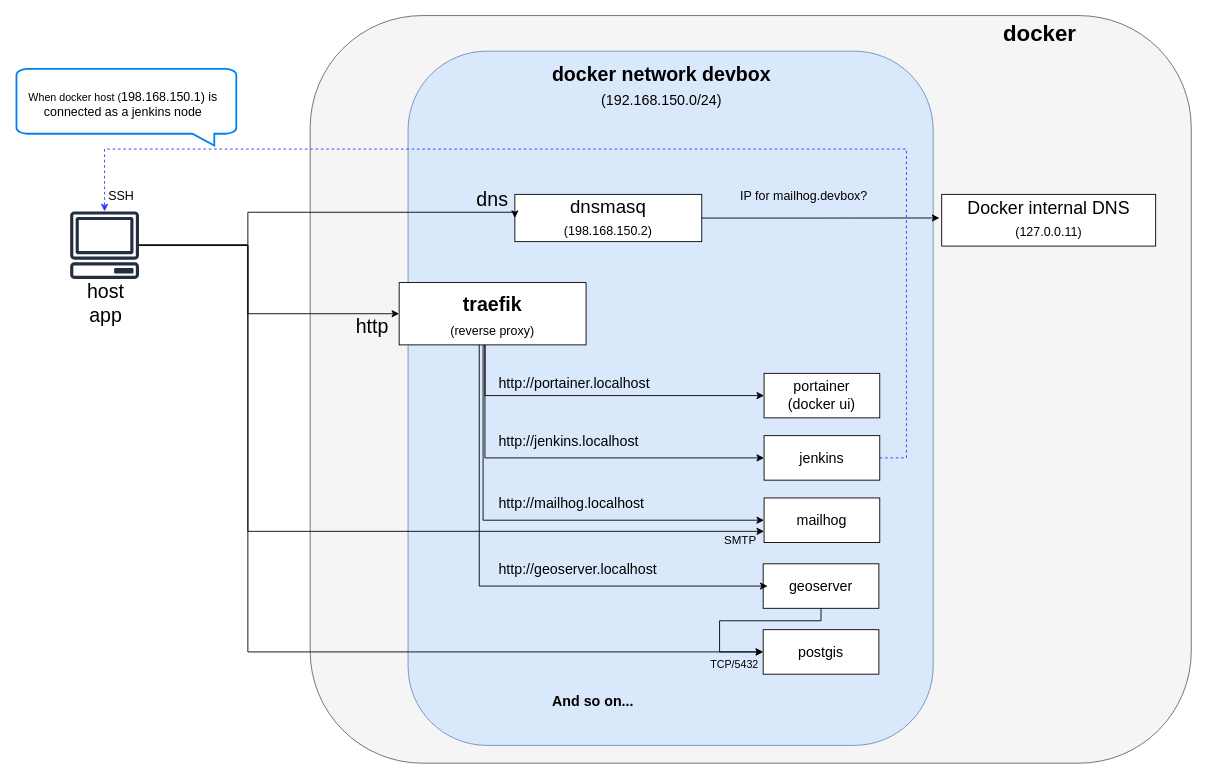
Above: docs/devbox.drawio in mborne/docker-devbox (draw.io), before the change. Source tidied: cells renumbered, new cells numbered last; positions are measured from the earlier drawing's top-left corner, leaving out a move shared by most shapes. Both pictures are drawn from the tidied source at 89%, with x=0, y=0 at pixel (16, 15).
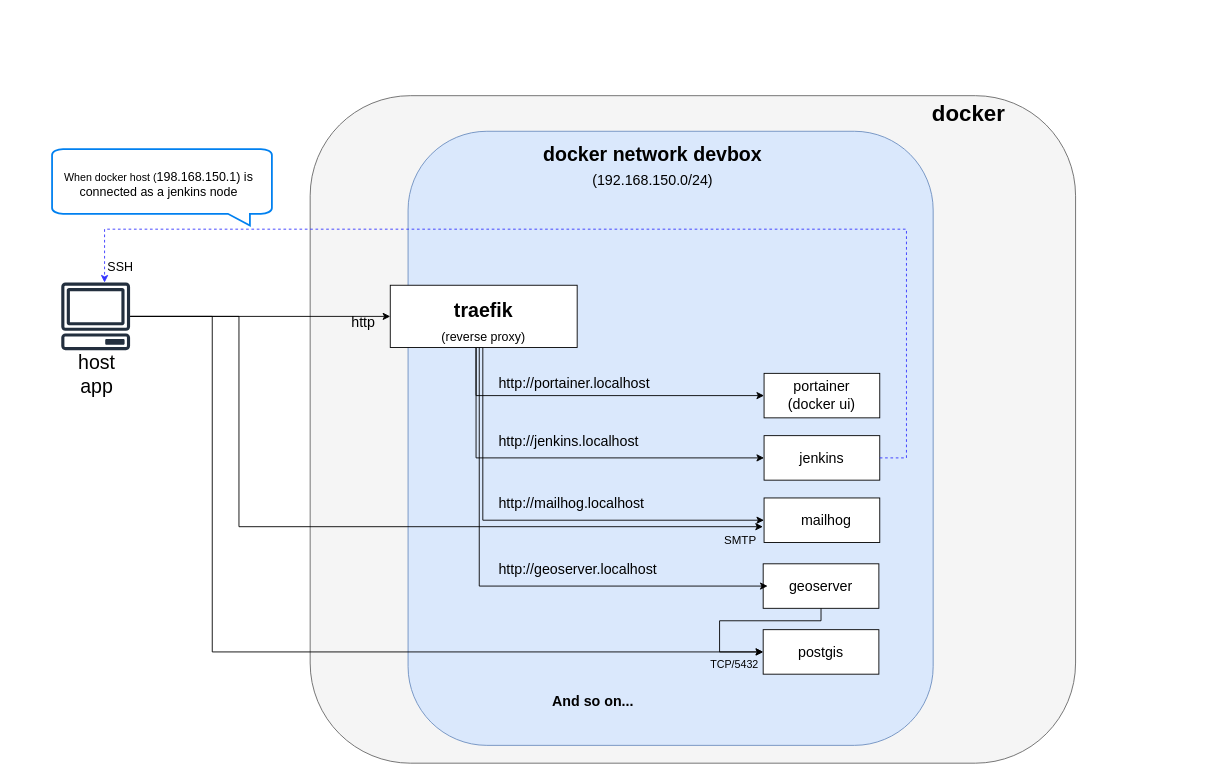
The same page after the edit.

Commit message (it also covers changes not shown here):
move out dnsmasq (closes #3)

Unchanged cells that the change refers to:
```xml
<mxCell id="22" style="rounded=0;whiteSpace=wrap;html=1;fontSize=16;" parent="1" vertex="1">
  <mxGeometry x="840" y="472" width="130" height="50" as="geometry" />
</mxCell>
<mxCell id="36" style="group;" parent="1" vertex="1">
  <mxGeometry x="835" y="542" width="140" height="50" as="geometry" />
</mxCell>
<mxCell id="37" style="rounded=0;whiteSpace=wrap;html=1;fontSize=16;" parent="36" vertex="1">
  <mxGeometry x="5" width="130" height="50" as="geometry" />
</mxCell>
<mxCell id="40" style="rounded=0;whiteSpace=wrap;html=1;fontSize=16;" parent="39" vertex="1">
  <mxGeometry x="5" width="130" height="50" as="geometry" />
</mxCell>
<mxCell id="49" style="group;fontSize=22;" parent="48" vertex="1">
  <mxGeometry width="210" height="110" as="geometry" />
</mxCell>
```

What changed in the source:
```diff
@@
     <mxCell id="2" style="rounded=1;whiteSpace=wrap;html=1;fillColor=#f5f5f5;fontSize=22;strokeColor=#666666;fontColor=#333333;" parent="1" vertex="1">
-      <mxGeometry x="330" width="990" height="840" as="geometry" />
+      <mxGeometry x="330" y="90" width="860" height="750" as="geometry" />
     </mxCell>
     <mxCell id="3" style="rounded=1;whiteSpace=wrap;html=1;fillColor=#dae8fc;fontSize=22;strokeColor=#6c8ebf;" parent="1" vertex="1">
-      <mxGeometry x="440" y="40" width="590" height="780" as="geometry" />
+      <mxGeometry x="440" y="130" width="590" height="690" as="geometry" />
     </mxCell>
-    <mxCell id="4" style="group;fontSize=22;" parent="1" vertex="1">
-      <mxGeometry x="990" y="190" width="290" height="69" as="geometry" />
-    </mxCell>
-    <mxCell id="5" style="group;" parent="4" vertex="1">
-      <mxGeometry x="49.6" y="10.9" width="240.4" height="58.1" as="geometry" />
-    </mxCell>
-    <mxCell id="6" style="rounded=0;whiteSpace=wrap;html=1;fontSize=22;" parent="5" vertex="1">
-      <mxGeometry width="240.4" height="58.1" as="geometry" />
-    </mxCell>
-    <mxCell id="7" value="&lt;div style=&quot;font-size: 20px&quot;&gt;&lt;font style=&quot;font-size: 20px&quot;&gt;Docker internal DNS&lt;/font&gt;&lt;/div&gt;&lt;font style=&quot;font-size: 14px&quot;&gt;(127.0.0.11)&lt;/font&gt;" style="text;html=1;strokeColor=none;fillColor=none;align=center;verticalAlign=middle;whiteSpace=wrap;rounded=0;fontSize=22;" parent="5" vertex="1">
-      <mxGeometry x="9.4" y="5.8" width="221.7" height="43.6" as="geometry" />
-    </mxCell>
-    <mxCell id="8" style="group;fontSize=22;" parent="1" vertex="1">
-      <mxGeometry x="560" y="180" width="210" height="74" as="geometry" />
-    </mxCell>
-    <mxCell id="9" style="rounded=0;whiteSpace=wrap;html=1;fontSize=22;" parent="8" vertex="1">
-      <mxGeometry y="20.9" width="210" height="53.1" as="geometry" />
-    </mxCell>
-    <mxCell id="10" value="&lt;div style=&quot;font-size: 21px&quot;&gt;&lt;font style=&quot;font-size: 21px&quot;&gt;dnsmasq&lt;/font&gt;&lt;/div&gt;&lt;div&gt;&lt;font style=&quot;font-size: 14px&quot;&gt;(198.168.150.2)&lt;/font&gt;&lt;br style=&quot;font-size: 22px&quot;&gt;&lt;/div&gt;" style="text;html=1;strokeColor=none;fillColor=none;align=center;verticalAlign=middle;whiteSpace=wrap;rounded=0;fontSize=22;" parent="8" vertex="1">
-      <mxGeometry x="35" y="37.3" width="140" height="20.2" as="geometry" />
-    </mxCell>
     <mxCell id="11" value="&lt;div style=&quot;font-size: 22px&quot;&gt;&lt;font style=&quot;font-size: 22px&quot;&gt;&lt;b&gt;docker network devbox&lt;/b&gt;&lt;/font&gt;&lt;/div&gt;&lt;font style=&quot;font-size: 16px&quot;&gt;(192.168.150.0/24)&lt;/font&gt;" style="text;html=1;strokeColor=none;fillColor=none;align=center;verticalAlign=middle;whiteSpace=wrap;rounded=0;fontSize=22;" parent="1" vertex="1">
-      <mxGeometry x="500" y="60" width="450" height="40" as="geometry" />
+      <mxGeometry x="490" y="150" width="450" height="40" as="geometry" />
     </mxCell>
-    <mxCell id="12" style="edgeStyle=orthogonalEdgeStyle;rounded=0;jettySize=auto;html=1;fontSize=22;entryX=-0.054;entryY=0.475;entryDx=0;entryDy=0;entryPerimeter=0;" parent="1" edge="1" source="9" target="7">
-      <mxGeometry relative="1" as="geometry" />
+    <mxCell id="12" style="edgeStyle=orthogonalEdgeStyle;rounded=0;orthogonalLoop=1;jettySize=auto;html=1;fontSize=22;entryX=-0.054;entryY=0.475;entryDx=0;entryDy=0;entryPerimeter=0;" parent="1" edge="1">
+      <mxGeometry relative="1" as="geometry">
+        <mxPoint x="927" y="247.4" as="targetPoint" />
+      </mxGeometry>
     </mxCell>
@@
-    <mxCell id="16" value="http" style="text;html=1;strokeColor=none;fillColor=none;align=center;verticalAlign=middle;whiteSpace=wrap;rounded=0;fontSize=22;" parent="1" vertex="1">
-      <mxGeometry x="380" y="337" width="40" height="26" as="geometry" />
+    <mxCell id="16" value="&lt;font style=&quot;font-size: 16px&quot;&gt;http&lt;/font&gt;" style="text;html=1;strokeColor=none;fillColor=none;align=center;verticalAlign=middle;whiteSpace=wrap;rounded=0;fontSize=22;" parent="1" vertex="1">
+      <mxGeometry x="370" y="330" width="40" height="26" as="geometry" />
     </mxCell>
@@
     <mxCell id="23" style="edgeStyle=orthogonalEdgeStyle;rounded=0;jettySize=auto;html=1;exitX=1;exitY=0.5;exitDx=0;exitDy=0;dashed=1;strokeColor=#3333FF;" parent="1" edge="1" source="22" target="30">
       <mxGeometry relative="1" as="geometry">
         <Array as="points">
           <mxPoint x="1000" y="497" />
-          <mxPoint x="1000" y="150" />
-          <mxPoint x="99" y="150" />
+          <mxPoint x="1000" y="240" />
+          <mxPoint x="99" y="240" />
         </Array>
       </mxGeometry>
     </mxCell>
@@
+    <mxCell id="29" style="edgeStyle=orthogonalEdgeStyle;rounded=0;jettySize=auto;html=1;entryX=0;entryY=0.5;entryDx=0;entryDy=0;" parent="1" edge="1" source="30" target="40">
+      <mxGeometry relative="1" as="geometry">
+        <Array as="points">
+          <mxPoint x="220" y="338" />
+          <mxPoint x="220" y="715" />
+        </Array>
+      </mxGeometry>
+    </mxCell>
-    <mxCell id="26" style="edgeStyle=orthogonalEdgeStyle;rounded=0;jettySize=auto;html=1;entryX=0;entryY=0.5;entryDx=0;entryDy=0;fontSize=16;" parent="1" edge="1" source="30" target="50">
-      <mxGeometry relative="1" as="geometry">
-        <Array as="points">
-          <mxPoint x="260" y="258" />
-          <mxPoint x="260" y="335" />
-        </Array>
-      </mxGeometry>
+    <mxCell id="26" style="edgeStyle=orthogonalEdgeStyle;rounded=0;jettySize=auto;html=1;entryX=0;entryY=0.5;entryDx=0;entryDy=0;" parent="1" edge="1" source="30" target="50">
+      <mxGeometry relative="1" as="geometry" />
     </mxCell>
-    <mxCell id="27" style="edgeStyle=orthogonalEdgeStyle;rounded=0;jettySize=auto;html=1;entryX=0;entryY=0.5;entryDx=0;entryDy=0;fontSize=16;" parent="1" edge="1" source="30" target="9">
-      <mxGeometry relative="1" as="geometry">
-        <Array as="points">
-          <mxPoint x="260" y="258" />
-          <mxPoint x="260" y="221" />
-          <mxPoint x="560" y="221" />
-        </Array>
-      </mxGeometry>
-    </mxCell>
-    <mxCell id="28" style="edgeStyle=orthogonalEdgeStyle;rounded=0;jettySize=auto;html=1;entryX=0;entryY=0.75;entryDx=0;entryDy=0;" parent="1" edge="1" source="30" target="37">
+    <mxCell id="28" style="edgeStyle=orthogonalEdgeStyle;rounded=0;jettySize=auto;html=1;entryX=-0.01;entryY=0.646;entryDx=0;entryDy=0;entryPerimeter=0;" parent="1" edge="1" source="30" target="37">
       <mxGeometry relative="1" as="geometry">
         <Array as="points">
-          <mxPoint x="260" y="258" />
-          <mxPoint x="260" y="580" />
+          <mxPoint x="250" y="338" />
+          <mxPoint x="250" y="574" />
         </Array>
       </mxGeometry>
     </mxCell>
-    <mxCell id="29" style="edgeStyle=orthogonalEdgeStyle;rounded=0;jettySize=auto;html=1;entryX=0;entryY=0.5;entryDx=0;entryDy=0;" parent="1" edge="1" source="30" target="40">
-      <mxGeometry relative="1" as="geometry">
-        <Array as="points">
-          <mxPoint x="260" y="258" />
-          <mxPoint x="260" y="715" />
-        </Array>
-      </mxGeometry>
-    </mxCell>
     <mxCell id="30" style="outlineConnect=0;fontColor=#232F3E;gradientColor=none;fillColor=#232F3E;strokeColor=none;dashed=0;verticalLabelPosition=bottom;verticalAlign=top;align=center;html=1;fontSize=12;fontStyle=0;shape=mxgraph.aws4.client;" parent="1" vertex="1">
-      <mxGeometry x="60" y="220" width="78" height="76" as="geometry" />
+      <mxGeometry x="50" y="300" width="78" height="76" as="geometry" />
     </mxCell>
-    <mxCell id="31" value="dns" style="text;html=1;strokeColor=none;fillColor=none;align=center;verticalAlign=middle;whiteSpace=wrap;rounded=0;fontSize=22;" parent="1" vertex="1">
-      <mxGeometry x="515" y="194" width="40" height="26" as="geometry" />
-    </mxCell>
-    <mxCell id="32" value="&lt;div style=&quot;font-size: 14px&quot; align=&quot;center&quot;&gt;&lt;font style=&quot;font-size: 14px&quot;&gt;IP for mailhog.devbox?&lt;/font&gt;&lt;/div&gt;" style="text;html=1;strokeColor=none;fillColor=none;align=center;verticalAlign=middle;whiteSpace=wrap;rounded=0;fontSize=22;" parent="1" vertex="1">
-      <mxGeometry x="810" y="190" width="150" height="26" as="geometry" />
-    </mxCell>
     <mxCell id="33" value="host app" style="text;html=1;strokeColor=none;fillColor=none;align=center;verticalAlign=middle;whiteSpace=wrap;rounded=0;fontSize=22;" parent="1" vertex="1">
-      <mxGeometry x="80" y="311" width="41" height="26" as="geometry" />
+      <mxGeometry x="70" y="391" width="41" height="26" as="geometry" />
     </mxCell>
     <mxCell id="34" value="&lt;b&gt;&lt;font style=&quot;font-size: 25px&quot;&gt;docker&lt;/font&gt;&lt;/b&gt;" style="text;html=1;strokeColor=none;fillColor=none;align=center;verticalAlign=middle;whiteSpace=wrap;rounded=0;fontSize=22;" parent="1" vertex="1">
-      <mxGeometry x="1030" width="240" height="40" as="geometry" />
+      <mxGeometry x="950" y="90" width="240" height="40" as="geometry" />
     </mxCell>
@@
     <mxCell id="38" value="mailhog" style="text;html=1;strokeColor=none;fillColor=none;align=center;verticalAlign=middle;whiteSpace=wrap;rounded=0;fontSize=16;" parent="36" vertex="1">
-      <mxGeometry y="10" width="140" height="30" as="geometry" />
+      <mxGeometry x="10" y="10" width="130" height="30" as="geometry" />
     </mxCell>
@@
     <mxCell id="48" style="group;" parent="1" vertex="1">
-      <mxGeometry x="430" y="260" width="210" height="110" as="geometry" />
+      <mxGeometry x="420" y="267" width="210" height="110" as="geometry" />
     </mxCell>
@@
     <mxCell id="50" style="rounded=0;whiteSpace=wrap;html=1;fontSize=22;" parent="49" vertex="1">
-      <mxGeometry y="40" width="210" height="70" as="geometry" />
+      <mxGeometry y="36" width="210" height="70" as="geometry" />
     </mxCell>
@@
     <mxCell id="53" value="&lt;font style=&quot;font-size: 14px&quot;&gt;SSH&lt;/font&gt;" style="text;html=1;strokeColor=none;fillColor=none;align=center;verticalAlign=middle;whiteSpace=wrap;rounded=0;fontSize=22;" parent="1" vertex="1">
-      <mxGeometry x="98" y="188" width="40" height="26" as="geometry" />
+      <mxGeometry x="97" y="268" width="40" height="26" as="geometry" />
     </mxCell>
     <mxCell id="54" style="group;" parent="1" vertex="1">
-      <mxGeometry y="60" width="247" height="86" as="geometry" />
+      <mxGeometry x="40" y="150" width="247" height="86" as="geometry" />
     </mxCell>
```
